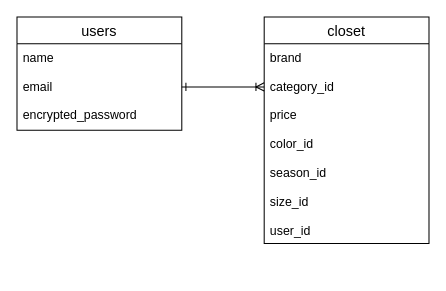
Tsukumo290/app-38322 keeps this draw.io diagram as ER.dio. Above is the earlier version. Source tidied: cells renumbered, new cells numbered last; positions are measured from the earlier drawing's top-left corner, leaving out a move shared by most shapes. Both pictures are drawn from the tidied source at 103%, with x=0, y=0 at pixel (16, 16).
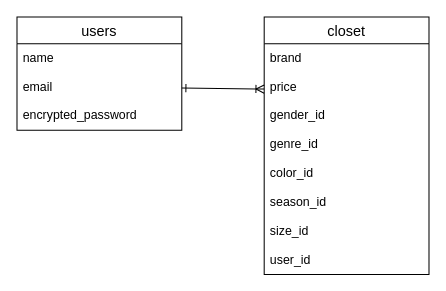
Above is the later version.

The edit, as a diff of the source:
```diff
@@
 <mxGraphModel>
   <root>
     <mxCell id="0" />
     <mxCell id="1" parent="0" />
     <mxCell id="2" value="users" style="swimlane;fontStyle=0;horizontal=1;startSize=26;align=center;fontSize=14;" parent="1" vertex="1">
       <mxGeometry width="160" height="110" as="geometry" />
     </mxCell>
     <mxCell id="3" value="name&#10;&#10;email&#10;&#10;encrypted_password" style="text;strokeColor=none;fillColor=none;spacingLeft=4;spacingRight=4;overflow=hidden;points=[[0,0.5],[1,0.5]];portConstraint=eastwest;fontSize=12;" parent="2" vertex="1">
       <mxGeometry y="26" width="160" height="84" as="geometry" />
     </mxCell>
     <mxCell id="4" value="closet" style="swimlane;fontStyle=0;horizontal=1;startSize=26;align=center;fontSize=14;" parent="1" vertex="1">
-      <mxGeometry x="240" width="160" height="220" as="geometry" />
+      <mxGeometry x="240" width="160" height="250" as="geometry" />
     </mxCell>
-    <mxCell id="5" value="brand&#10;&#10;category_id&#10;&#10;price&#10;&#10;color_id&#10;&#10;season_id&#10;&#10;size_id&#10;&#10;user_id" style="text;strokeColor=none;fillColor=none;spacingLeft=4;spacingRight=4;overflow=hidden;points=[[0,0.5],[1,0.5]];portConstraint=eastwest;fontSize=12;" parent="4" vertex="1">
-      <mxGeometry y="26" width="160" height="194" as="geometry" />
+    <mxCell id="5" value="brand&#10;&#10;price&#10;&#10;gender_id&#10;&#10;genre_id&#10;&#10;color_id&#10;&#10;season_id&#10;&#10;size_id&#10;&#10;user_id" style="text;strokeColor=none;fillColor=none;spacingLeft=4;spacingRight=4;overflow=hidden;points=[[0,0.5],[1,0.5]];portConstraint=eastwest;fontSize=12;" parent="4" vertex="1">
+      <mxGeometry y="26" width="160" height="224" as="geometry" />
     </mxCell>
-    <mxCell id="6" style="edgeStyle=none;html=1;entryX=0;entryY=0.216;entryDx=0;entryDy=0;entryPerimeter=0;startArrow=ERone;startFill=0;endArrow=ERoneToMany;endFill=0;" parent="1" edge="1" source="3" target="5">
-      <mxGeometry relative="1" as="geometry" />
+    <mxCell id="6" style="edgeStyle=none;html=1;startArrow=ERone;startFill=0;endArrow=ERoneToMany;endFill=0;" parent="1" edge="1" source="3">
+      <mxGeometry relative="1" as="geometry">
+        <mxPoint x="240" y="70" as="targetPoint" />
+      </mxGeometry>
     </mxCell>
   </root>
 </mxGraphModel>
```
